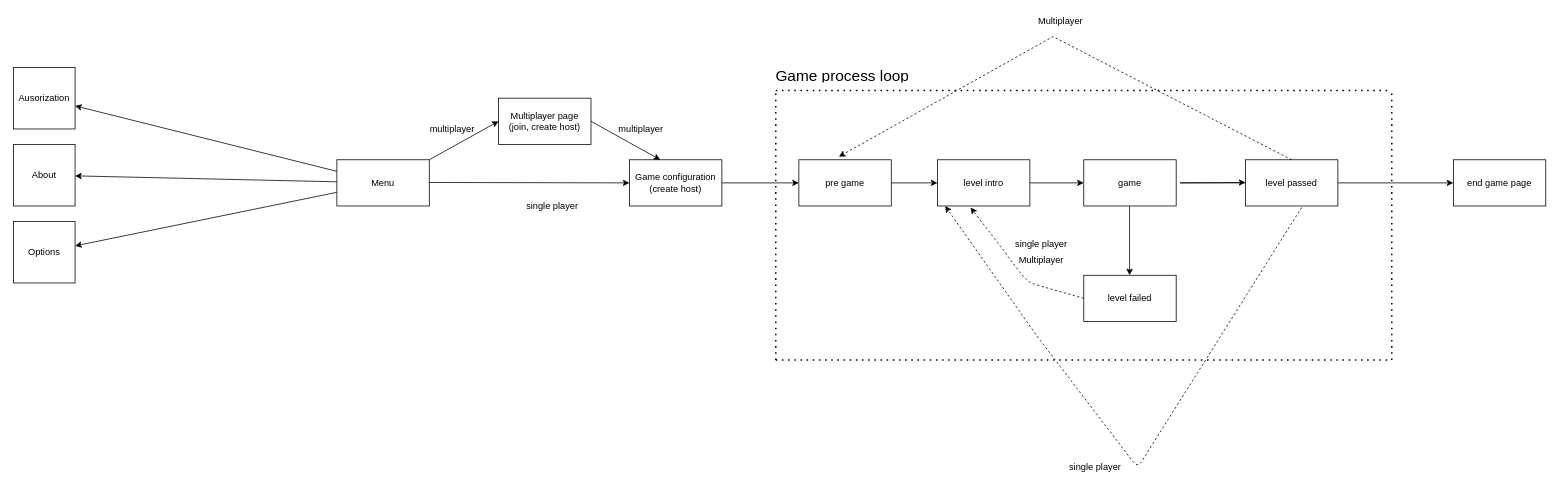
Earlier version of the draw.io diagram docs/diagramms/gameProcess.drawio (tritonJS826/sooner-or-later-2d). Source tidied: cells renumbered, new cells numbered last; positions are measured from the earlier drawing's top-left corner, leaving out a move shared by most shapes. Both pictures are drawn from the tidied source at 77%, with x=0, y=0 at pixel (13, 13).
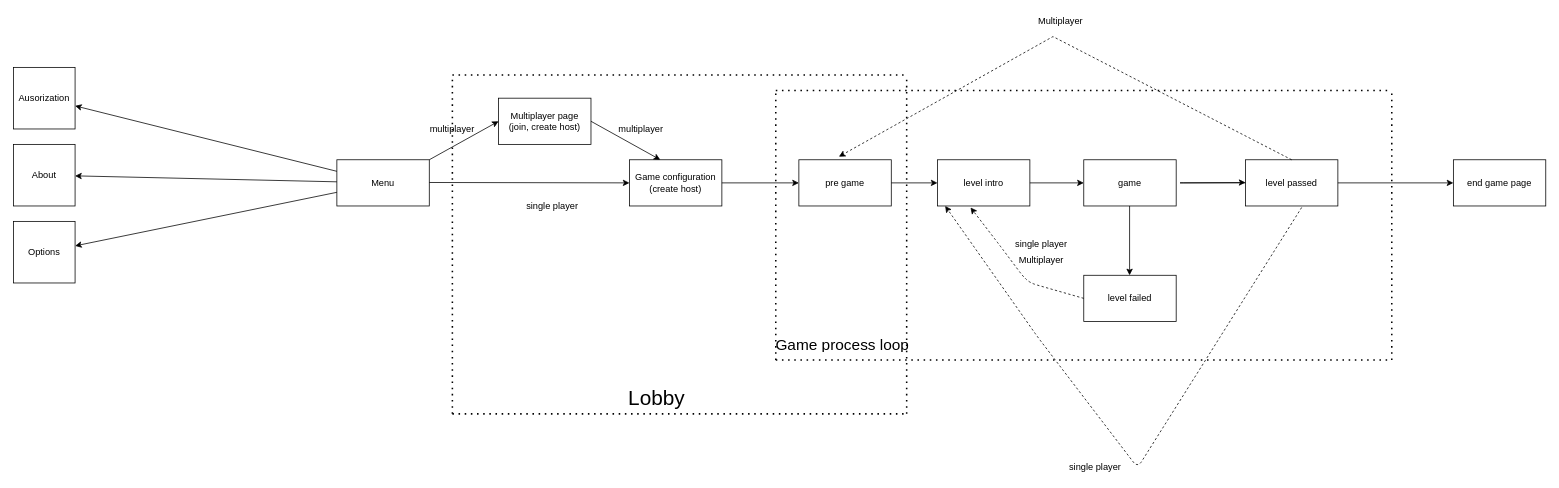
The same page after the edit.

The edit, as a diff of the source:
```diff
@@
     <mxCell id="34" value="&lt;h1&gt;&lt;span style=&quot;font-weight: normal&quot;&gt;&lt;font style=&quot;font-size: 20px&quot;&gt;Game process loop&lt;/font&gt;&lt;/span&gt;&lt;/h1&gt;" style="text;html=1;strokeColor=none;fillColor=none;spacing=5;spacingTop=-20;whiteSpace=wrap;overflow=hidden;rounded=0;" parent="1" vertex="1">
-      <mxGeometry x="985" y="60" width="190" height="30" as="geometry" />
+      <mxGeometry x="985" y="410" width="190" height="30" as="geometry" />
     </mxCell>
@@
+    <mxCell id="41" style="endArrow=none;dashed=1;html=1;dashPattern=1 3;strokeWidth=2;" parent="1" edge="1">
+      <mxGeometry relative="1" as="geometry">
+        <mxPoint x="1160" y="520" as="sourcePoint" />
+        <mxPoint x="1160" y="80" as="targetPoint" />
+      </mxGeometry>
+    </mxCell>
+    <mxCell id="42" style="endArrow=none;dashed=1;html=1;dashPattern=1 3;strokeWidth=2;" parent="1" edge="1">
+      <mxGeometry relative="1" as="geometry">
+        <mxPoint x="570" y="520" as="sourcePoint" />
+        <mxPoint x="1160" y="520" as="targetPoint" />
+      </mxGeometry>
+    </mxCell>
+    <mxCell id="43" style="endArrow=none;dashed=1;html=1;dashPattern=1 3;strokeWidth=2;" parent="1" edge="1">
+      <mxGeometry relative="1" as="geometry">
+        <mxPoint x="570" y="80" as="sourcePoint" />
+        <mxPoint x="1160" y="80" as="targetPoint" />
+      </mxGeometry>
+    </mxCell>
+    <mxCell id="44" style="endArrow=none;dashed=1;html=1;dashPattern=1 3;strokeWidth=2;" parent="1" edge="1">
+      <mxGeometry relative="1" as="geometry">
+        <mxPoint x="570" y="520" as="sourcePoint" />
+        <mxPoint x="570" y="80" as="targetPoint" />
+        <Array as="points">
+          <mxPoint x="570" y="310" />
+        </Array>
+      </mxGeometry>
+    </mxCell>
+    <mxCell id="45" value="&lt;font style=&quot;font-size: 27px&quot;&gt;Lobby&lt;/font&gt;" style="text;html=1;align=center;verticalAlign=middle;strokeColor=none;fillColor=none;" parent="1" vertex="1">
+      <mxGeometry x="790" y="490" width="90" height="20" as="geometry" />
+    </mxCell>
```
